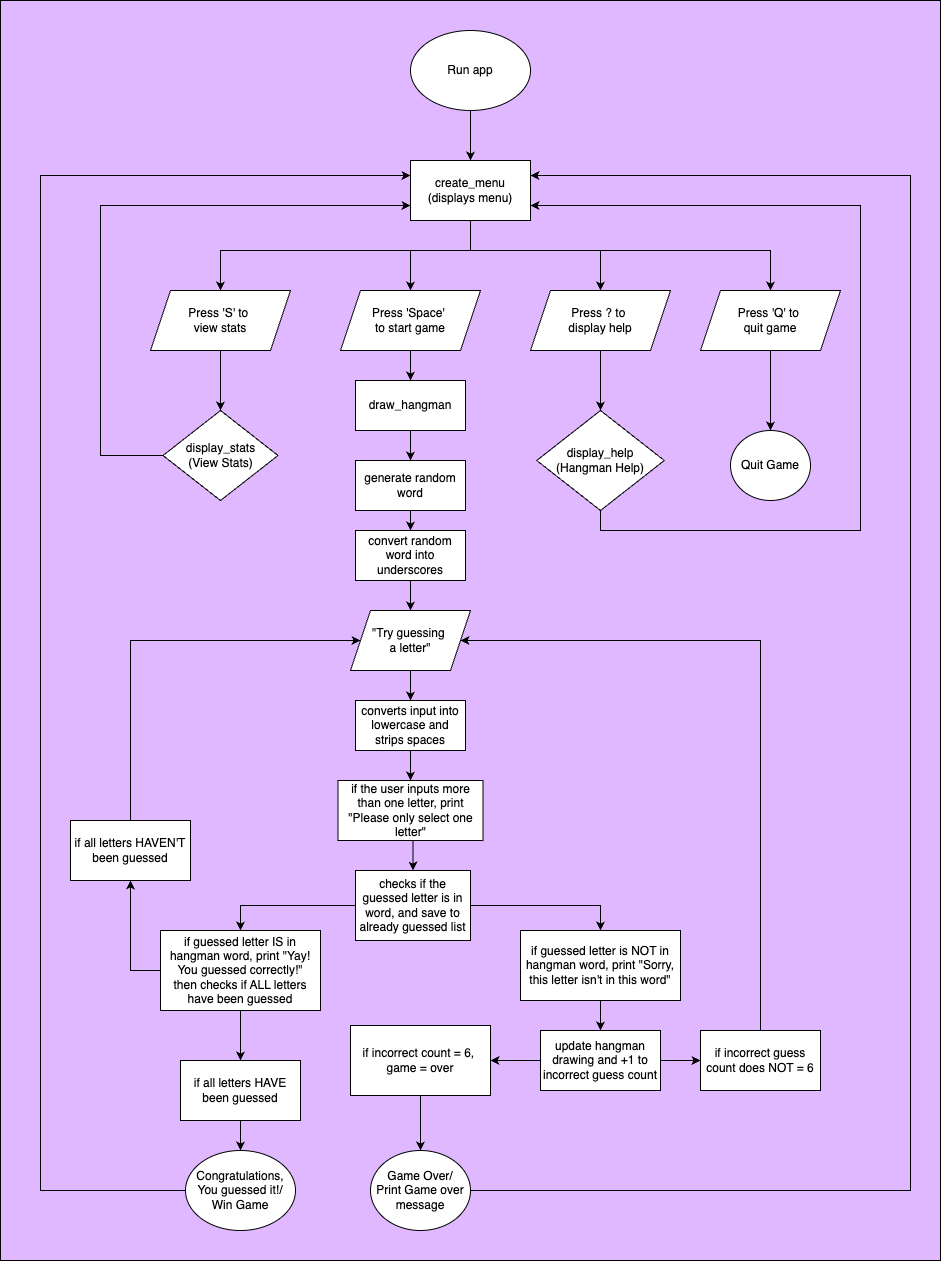
k8-g/T1A3-App keeps this draw.io diagram as docs/Hangman App.drawio.png. Above is the earlier version. Source tidied: cells renumbered, new cells last; positions are measured from the earlier drawing's top-left corner, leaving out a move shared by most shapes.
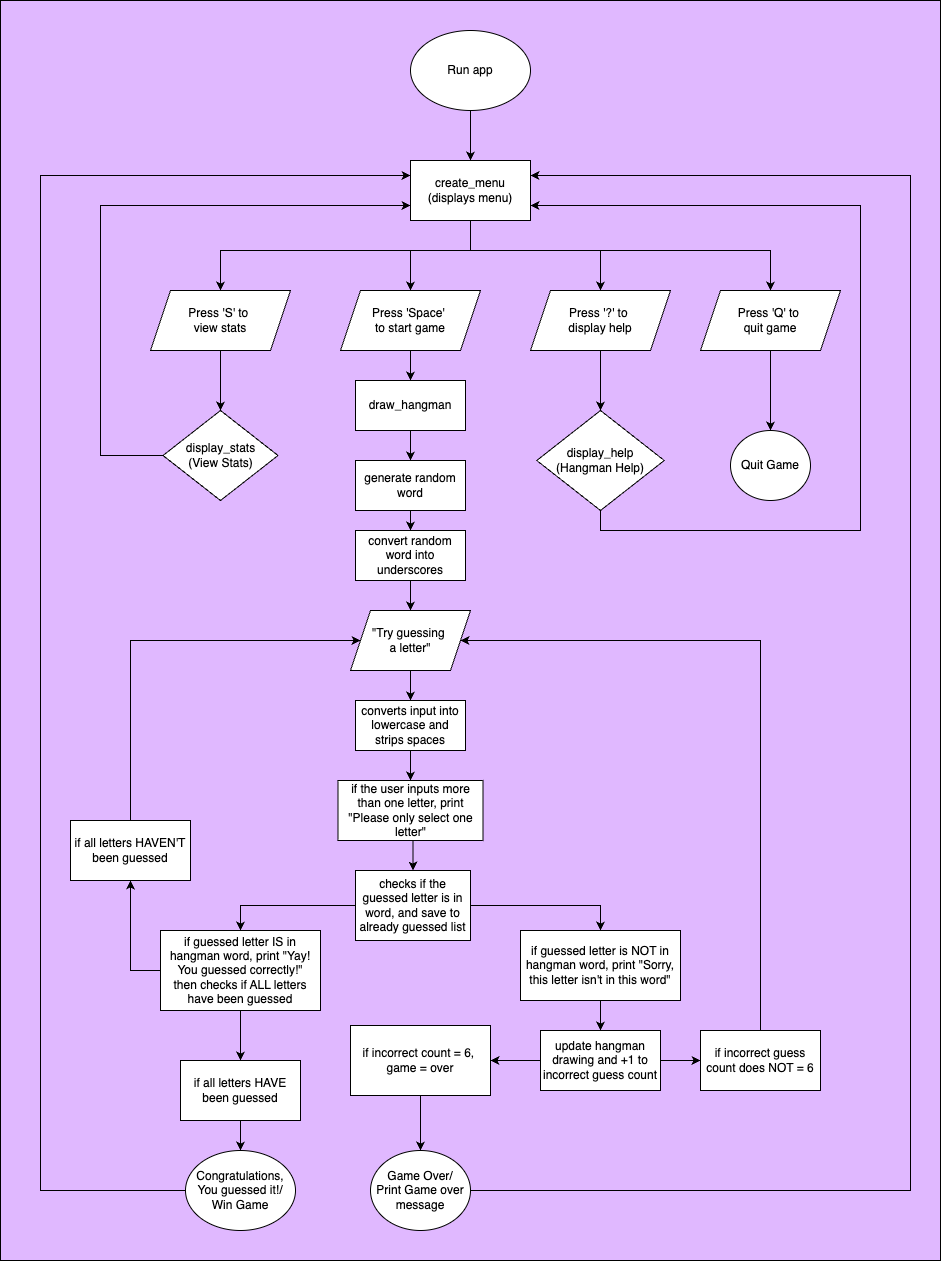
Above is the later version.

Commit message:
Edited typo on flowchart

Change to the diagram source:
```diff
@@ -66,7 +66,7 @@
     <mxCell id="12" value="Press 'S' to&amp;nbsp;&lt;div&gt;view stats&lt;/div&gt;" style="shape=parallelogram;perimeter=parallelogramPerimeter;whiteSpace=wrap;html=1;fixedSize=1;rounded=0;" parent="1" vertex="1">
       <mxGeometry x="150" y="290" width="140" height="60" as="geometry" />
     </mxCell>
-    <mxCell id="13" value="Press ? to&amp;nbsp;&lt;div&gt;display help&lt;/div&gt;" style="shape=parallelogram;perimeter=parallelogramPerimeter;whiteSpace=wrap;html=1;fixedSize=1;rounded=0;" parent="1" vertex="1">
+    <mxCell id="13" value="Press '?' to&amp;nbsp;&lt;div&gt;display help&lt;/div&gt;" style="shape=parallelogram;perimeter=parallelogramPerimeter;whiteSpace=wrap;html=1;fixedSize=1;rounded=0;" parent="1" vertex="1">
       <mxGeometry x="530" y="290" width="140" height="60" as="geometry" />
     </mxCell>
     <mxCell id="14" style="edgeStyle=orthogonalEdgeStyle;rounded=0;jettySize=auto;html=1;entryX=0.5;entryY=0;entryDx=0;entryDy=0;" parent="1" edge="1" source="15" target="17">
```
